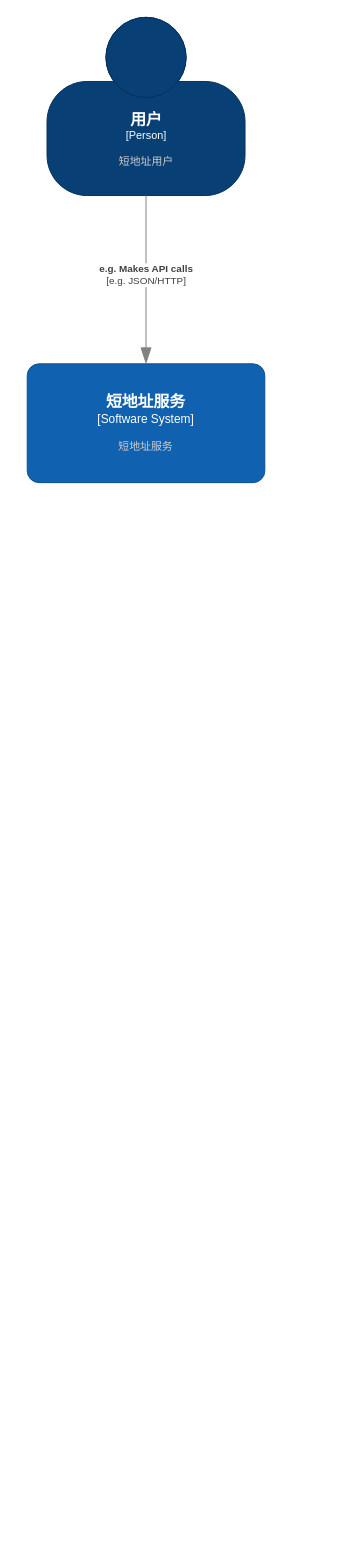
Above: Untitled Diagram.drawio in bz5314520/jekyll-now (draw.io), before the change. Source tidied: cells renumbered, new cells numbered last; positions are measured from the earlier drawing's top-left corner, leaving out a move shared by most shapes. Both pictures are drawn from the tidied source at 99%, with x=0, y=0 at pixel (27, 17).
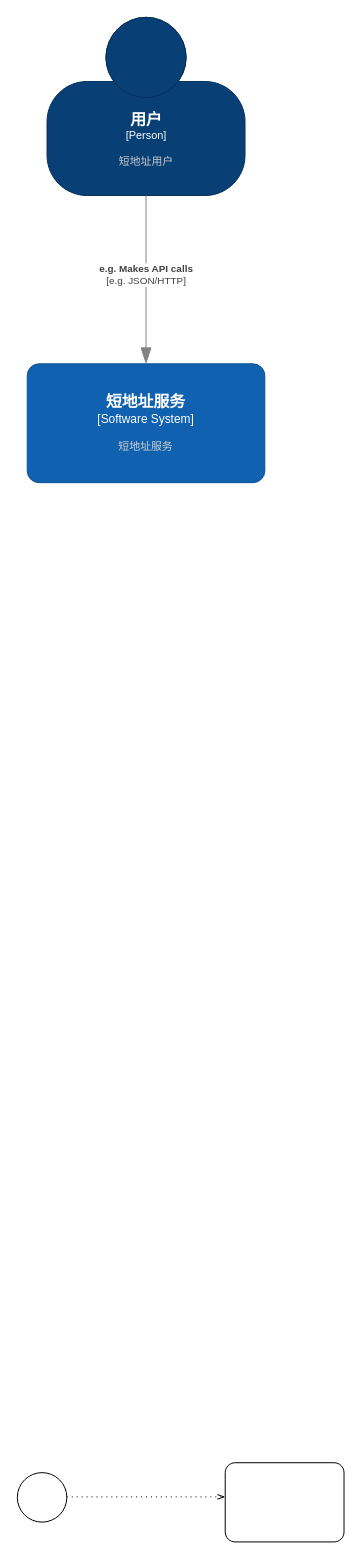
The same page after the edit.

Diff of the diagram source:
```diff
@@
 <mxGraphModel>
   <root>
     <mxCell id="0" />
     <mxCell id="1" parent="0" />
     <object id="2" label="&lt;font style=&quot;font-size: 16px&quot;&gt;&lt;b&gt;%c4Name%&lt;/b&gt;&lt;/font&gt;&lt;div&gt;[%c4Type%]&lt;/div&gt;&lt;br&gt;&lt;div&gt;&lt;font style=&quot;font-size: 11px&quot;&gt;&lt;font color=&quot;#cccccc&quot;&gt;%c4Description%&lt;/font&gt;&lt;/div&gt;" c4Description="短地址用户" c4Name="用户" c4Type="Person" placeholders="1">
       <mxCell style="html=1;fontSize=11;dashed=0;whitespace=wrap;fillColor=#083F75;strokeColor=#06315C;fontColor=#ffffff;shape=mxgraph.c4.person2;align=center;points=[[0.5,0,0],[1,0.5,0],[1,0.75,0],[0.75,1,0],[0.5,1,0],[0.25,1,0],[0,0.75,0],[0,0.5,0]];" parent="1" vertex="1">
         <mxGeometry x="20" width="200" height="180" as="geometry" />
       </mxCell>
     </object>
     <object id="3" label="&lt;font style=&quot;font-size: 16px&quot;&gt;&lt;b&gt;%c4Name%&lt;/b&gt;&lt;/font&gt;&lt;div&gt;[%c4Type%]&lt;/div&gt;&lt;br&gt;&lt;div&gt;&lt;font style=&quot;font-size: 11px&quot;&gt;&lt;font color=&quot;#cccccc&quot;&gt;%c4Description%&lt;/font&gt;&lt;/div&gt;" c4Description="短地址服务" c4Name="短地址服务" c4Type="Software System" placeholders="1">
       <mxCell style="rounded=1;whiteSpace=wrap;html=1;labelBackgroundColor=none;fillColor=#1061B0;fontColor=#ffffff;align=center;arcSize=10;strokeColor=#0D5091;points=[[0.25,0,0],[0.5,0,0],[0.75,0,0],[1,0.25,0],[1,0.5,0],[1,0.75,0],[0.75,1,0],[0.5,1,0],[0.25,1,0],[0,0.75,0],[0,0.5,0],[0,0.25,0]];" parent="1" vertex="1">
         <mxGeometry y="350" width="240" height="120" as="geometry" />
       </mxCell>
     </object>
     <object id="4" label="&lt;div style=&quot;text-align: left&quot;&gt;&lt;div style=&quot;text-align: center&quot;&gt;&lt;b&gt;%c4Description%&lt;/b&gt;&lt;/div&gt;&lt;div style=&quot;text-align: center&quot;&gt;[%c4Technology%]&lt;/div&gt;&lt;/div&gt;" c4Description="e.g. Makes API calls" c4Technology="e.g. JSON/HTTP" placeholders="1">
       <mxCell style="endArrow=blockThin;html=1;fontSize=10;fontColor=#404040;strokeWidth=1;endFill=1;strokeColor=#828282;elbow=vertical;endSize=14;startSize=14;jumpStyle=arc;jumpSize=16;rounded=0;edgeStyle=orthogonalEdgeStyle;" parent="1" edge="1" source="2" target="3">
         <mxGeometry x="-0.06" relative="1" as="geometry">
           <Array as="points">
             <mxPoint x="120" y="220" />
             <mxPoint x="120" y="220" />
           </Array>
         </mxGeometry>
       </mxCell>
     </object>
+    <mxCell id="5" style="shape=mxgraph.bpmn.event;html=1;verticalLabelPosition=bottom;labelBackgroundColor=#ffffff;verticalAlign=top;align=center;perimeter=ellipsePerimeter;outline=standard;symbol=general;rotation=90;" parent="1" vertex="1">
+      <mxGeometry x="-10" y="1470" width="50" height="50" as="geometry" />
+    </mxCell>
+    <mxCell id="6" style="shape=mxgraph.bpmn.task;whiteSpace=wrap;rectStyle=rounded;size=10;taskMarker=abstract;" parent="1" vertex="1">
+      <mxGeometry x="200" y="1460" width="120" height="80" as="geometry" />
+    </mxCell>
+    <mxCell id="7" style="edgeStyle=elbowEdgeStyle;fontSize=12;html=1;endFill=0;startFill=0;endSize=6;startSize=6;dashed=1;dashPattern=1 4;endArrow=openThin;startArrow=none;rounded=0;" parent="1" edge="1">
+      <mxGeometry relative="1" as="geometry">
+        <mxPoint x="40" y="1494.5" as="sourcePoint" />
+        <mxPoint x="200" y="1494.5" as="targetPoint" />
+      </mxGeometry>
+    </mxCell>
   </root>
 </mxGraphModel>
```
